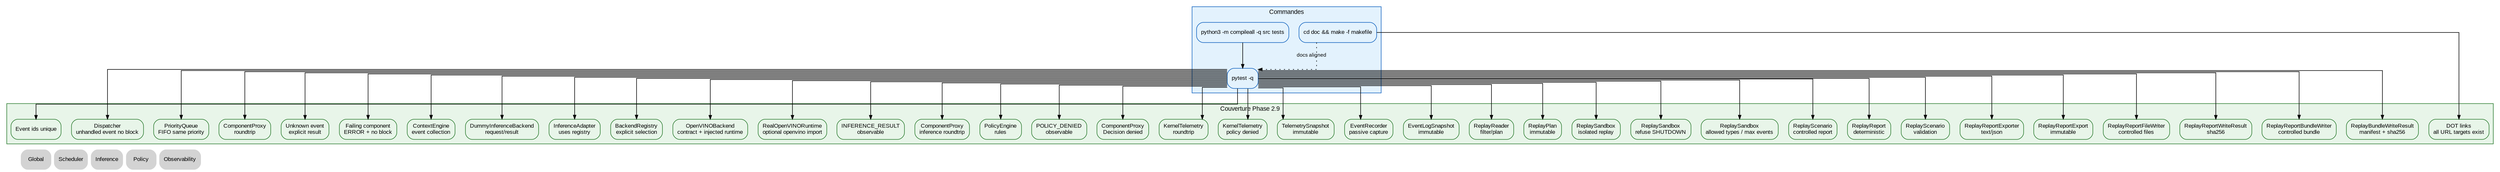
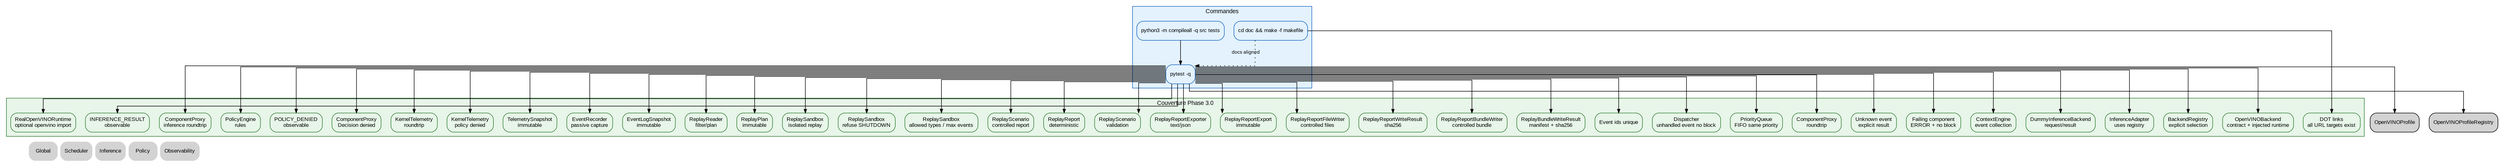
digraph Tests {
    rankdir=TB;
    splines=ortho;

    graph [fontname="Arial", fontsize=11];
    node [shape=box, style="rounded,filled", fontname="Arial", fontsize=10];
    edge [fontname="Arial", fontsize=9, arrowsize=0.7];

    // ROADMAP_NOTE[phase2_9]:
    // Ajout des tests RealOpenVINORuntime avec faux module openvino injecté.
    // Ces tests valident l'import isolé, les entrées brutes, le cache de modèle
    // compilé et l'absence de modèle/tokenizer imposé.

+     // ROADMAP_NOTE[phase3_0]:
+     // Ajout des tests OpenVINOModelProfile et OpenVINOModelProfileRegistry pour
+     // préparer plusieurs modèles sans fallback implicite.
+ 
    subgraph cluster_commands {
        label="Commandes";
        color="#1565c0";
        bgcolor="#e3f2fd";
        node [fillcolor="#e3f2fd", color="#1565c0"];
        Compile [label="python3 -m compileall -q src tests"];
        Pytest [label="pytest -q"];
        Dot [label="cd doc && make -f makefile"];
    }

    subgraph cluster_coverage {
-         label="Couverture Phase 2.9";
+         label="Couverture Phase 3.0";
        color="#2e7d32";
        bgcolor="#e8f5e9";
        node [fillcolor="#e8f5e9", color="#2e7d32"];
        EventIds [label="Event ids unique"];
        Dispatcher [label="Dispatcher\nunhandled event no block"];
        Queue [label="PriorityQueue\nFIFO same priority"];
        Proxy [label="ComponentProxy\nroundtrip"];
        Unknown [label="Unknown event\nexplicit result"];
        Failure [label="Failing component\nERROR + no block"];
        Context [label="ContextEngine\nevent collection"];
        Inference [label="DummyInferenceBackend\nrequest/result"];
        InferenceAdapter [label="InferenceAdapter\nuses registry"];
        BackendRegistry [label="BackendRegistry\nexplicit selection"];
        OpenVINOContract [label="OpenVINOBackend\ncontract + injected runtime", URL="../inference/41_openvino_backend.svg"];
        OpenVINORuntime [label="RealOpenVINORuntime\noptional openvino import", URL="../inference/42_openvino_runtime.svg"];
        InferenceObs [label="INFERENCE_RESULT\nobservable"];
        InferenceProxy [label="ComponentProxy\ninference roundtrip"];
        PolicyRules [label="PolicyEngine\nrules"];
        PolicyDenied [label="POLICY_DENIED\nobservable"];
        PolicyProxy [label="ComponentProxy\nDecision denied"];
        TelemetryRoundtrip [label="KernelTelemetry\nroundtrip"];
        TelemetryDenied [label="KernelTelemetry\npolicy denied"];
        TelemetrySnapshot [label="TelemetrySnapshot\nimmutable"];
        EventRecorder [label="EventRecorder\npassive capture"];
        EventLogSnapshot [label="EventLogSnapshot\nimmutable"];
        ReplayReader [label="ReplayReader\nfilter/plan"];
        ReplayPlan [label="ReplayPlan\nimmutable"];
        ReplaySandbox [label="ReplaySandbox\nisolated replay"];
        ReplaySandboxDenied [label="ReplaySandbox\nrefuse SHUTDOWN"];
        ReplaySandboxLimits [label="ReplaySandbox\nallowed types / max events"];
        ReplayScenario [label="ReplayScenario\ncontrolled report"];
        ReplayReport [label="ReplayReport\ndeterministic"];
        ReplayScenarioValidation [label="ReplayScenario\nvalidation"];
        ReplayReportExporter [label="ReplayReportExporter\ntext/json"];
        ReplayReportExport [label="ReplayReportExport\nimmutable"];
        ReplayReportFileWriter [label="ReplayReportFileWriter\ncontrolled files"];
        ReplayReportWriteResult [label="ReplayReportWriteResult\nsha256"];
        ReplayReportBundleWriter [label="ReplayReportBundleWriter\ncontrolled bundle"];
        ReplayBundleWriteResult [label="ReplayBundleWriteResult\nmanifest + sha256"];
        DotLinks [label="DOT links\nall URL targets exist"];
    }

    Compile -> Pytest;
    Pytest -> EventIds;
    Pytest -> Dispatcher;
    Pytest -> Queue;
    Pytest -> Proxy;
    Pytest -> Unknown;
    Pytest -> Failure;
    Pytest -> Context;
    Pytest -> Inference;
    Pytest -> InferenceAdapter;
    Pytest -> BackendRegistry;
    Pytest -> OpenVINOContract;
    Pytest -> OpenVINORuntime;
+     Pytest -> OpenVINOProfile;
+     Pytest -> OpenVINOProfileRegistry;
    Pytest -> InferenceObs;
    Pytest -> InferenceProxy;
    Pytest -> PolicyRules;
    Pytest -> PolicyDenied;
    Pytest -> PolicyProxy;
    Pytest -> TelemetryRoundtrip;
    Pytest -> TelemetryDenied;
    Pytest -> TelemetrySnapshot;
    Pytest -> EventRecorder;
    Pytest -> EventLogSnapshot;
    Pytest -> ReplayReader;
    Pytest -> ReplayPlan;
    Pytest -> ReplaySandbox;
    Pytest -> ReplaySandboxDenied;
    Pytest -> ReplaySandboxLimits;
    Pytest -> ReplayScenario;
    Pytest -> ReplayReport;
    Pytest -> ReplayScenarioValidation;
    Pytest -> ReplayReportExporter;
    Pytest -> ReplayReportExport;
    Pytest -> ReplayReportFileWriter;
    Pytest -> ReplayReportWriteResult;
    Pytest -> ReplayReportBundleWriter;
    Pytest -> ReplayBundleWriteResult;
    Dot -> DotLinks;
    Dot -> Pytest [style=dotted, label="docs aligned"];

    Nav_Global [label="Global", shape=plaintext, URL="../00_global.svg"];
    Nav_Scheduler [label="Scheduler", shape=plaintext, URL="../scheduler/10_scheduler.svg"];
    Nav_Inference [label="Inference", shape=plaintext, URL="../inference/40_inference.svg"];
    Nav_Policy [label="Policy", shape=plaintext, URL="../00_global.svg"];
    Nav_Observability [label="Observability", shape=plaintext, URL="../observability/70_observability.svg"];

    { rank=sink; Nav_Global; Nav_Scheduler; Nav_Inference; Nav_Policy; Nav_Observability; }
}
